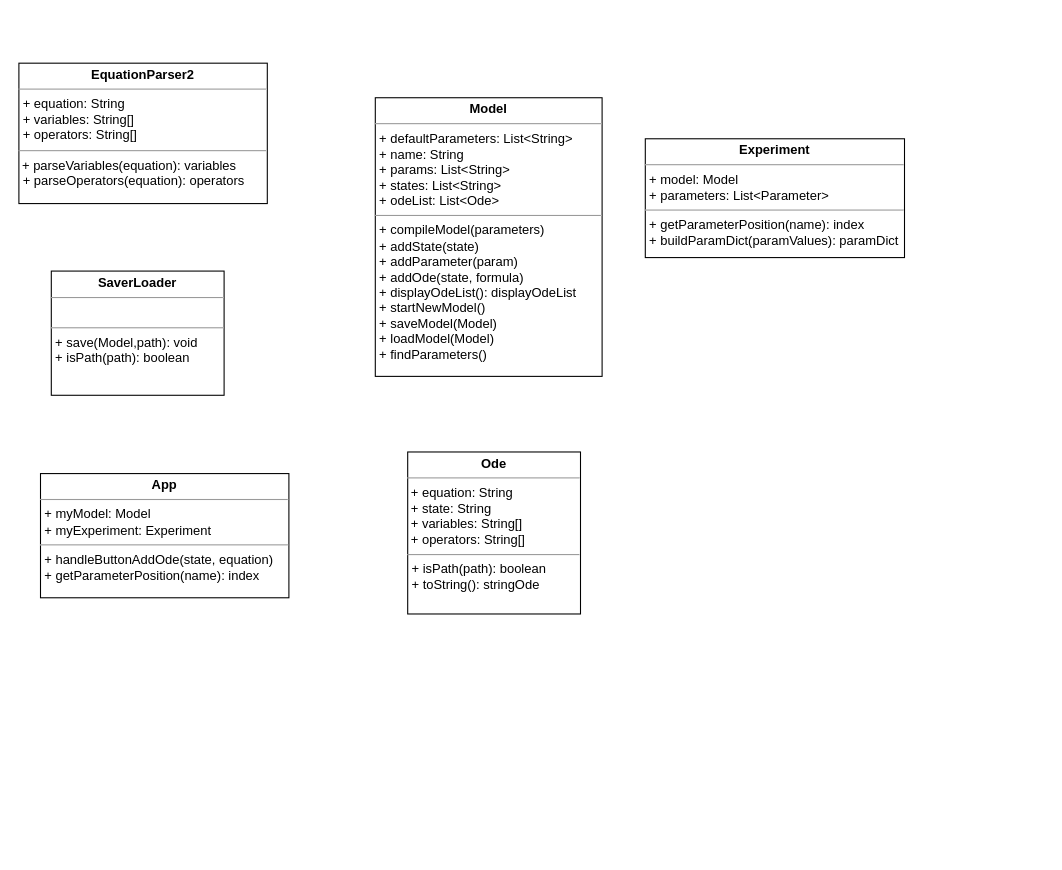
This is docs/Class_Diagram.drawio from danielambrosius/SMARTV2, a draw.io file, before an edit. Source tidied: cells renumbered, new cells numbered last; positions are measured from the earlier drawing's top-left corner, leaving out a move shared by most shapes. Both pictures are drawn from the tidied source at 108%, with x=0, y=0 at pixel (18, 63).
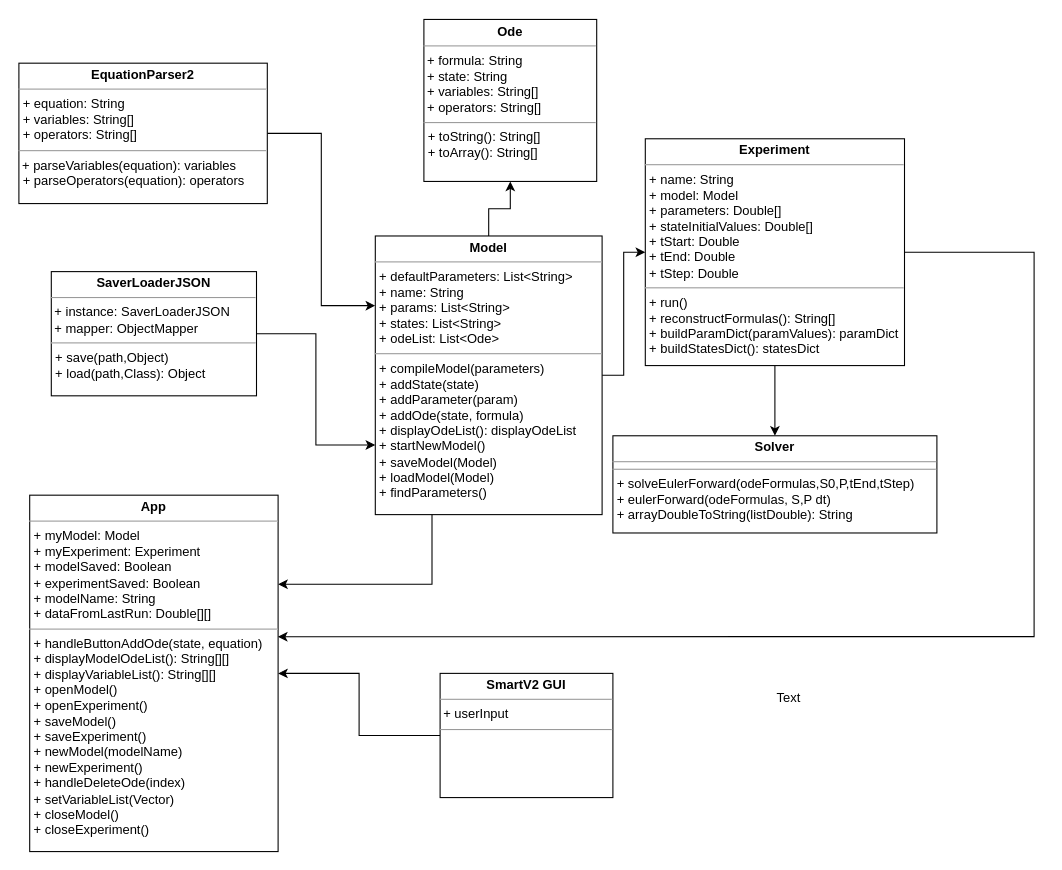
Above is the later version.

Commit message:
SB: Updated Class Diagram

Unchanged cells that the change refers to:
```xml
<mxCell id="2" value="&lt;p style=&quot;margin: 0px ; margin-top: 4px ; text-align: center&quot;&gt;&lt;b&gt;EquationParser2&lt;br&gt;&lt;/b&gt;&lt;/p&gt;&lt;hr size=&quot;1&quot;&gt;&lt;p style=&quot;margin: 0px ; margin-left: 4px&quot;&gt;+ equation: String&lt;/p&gt;&lt;p style=&quot;margin: 0px ; margin-left: 4px&quot;&gt;+ variables: String[]&lt;/p&gt;&lt;p style=&quot;margin: 0px ; margin-left: 4px&quot;&gt;+ operators: String[]&lt;br&gt;&lt;/p&gt;&lt;hr size=&quot;1&quot;&gt;&lt;div&gt;&amp;nbsp;+ parseVariables(equation): variables&lt;/div&gt;&lt;p style=&quot;margin: 0px ; margin-left: 4px&quot;&gt;+ parseOperators(equation): operators&lt;/p&gt;&lt;p style=&quot;margin: 0px ; margin-left: 4px&quot;&gt;&lt;br&gt;&lt;/p&gt;&lt;p style=&quot;margin: 0px ; margin-left: 4px&quot;&gt;&lt;br&gt;&lt;/p&gt;" style="verticalAlign=top;align=left;overflow=fill;fontSize=12;fontFamily=Helvetica;html=1;" parent="1" vertex="1">
  <mxGeometry width="230" height="130" as="geometry" />
</mxCell>
```

What changed in the source:
```diff
@@
+    <mxCell id="8" style="edgeStyle=orthogonalEdgeStyle;rounded=0;jettySize=auto;html=1;exitX=1;exitY=0.5;exitDx=0;exitDy=0;entryX=0;entryY=0.25;entryDx=0;entryDy=0;" parent="1" edge="1" source="2" target="3">
+      <mxGeometry relative="1" as="geometry" />
+    </mxCell>
@@
+    <mxCell id="9" style="edgeStyle=orthogonalEdgeStyle;rounded=0;jettySize=auto;html=1;" parent="1" edge="1" source="3" target="6">
+      <mxGeometry relative="1" as="geometry" />
+    </mxCell>
+    <mxCell id="10" style="edgeStyle=orthogonalEdgeStyle;rounded=0;jettySize=auto;html=1;" parent="1" edge="1" source="3" target="4">
+      <mxGeometry relative="1" as="geometry" />
+    </mxCell>
+    <mxCell id="11" style="edgeStyle=orthogonalEdgeStyle;rounded=0;jettySize=auto;html=1;exitX=0.25;exitY=1;exitDx=0;exitDy=0;entryX=1;entryY=0.25;entryDx=0;entryDy=0;" parent="1" edge="1" source="3" target="7">
+      <mxGeometry relative="1" as="geometry" />
+    </mxCell>
     <mxCell id="3" value="&lt;p style=&quot;margin: 0px ; margin-top: 4px ; text-align: center&quot;&gt;&lt;b&gt;Model&lt;/b&gt;&lt;/p&gt;&lt;hr size=&quot;1&quot;&gt;&lt;p style=&quot;margin: 0px ; margin-left: 4px&quot;&gt;+ defaultParameters: List&amp;lt;String&amp;gt;&lt;/p&gt;&lt;p style=&quot;margin: 0px ; margin-left: 4px&quot;&gt;+ name: String&lt;/p&gt;&lt;p style=&quot;margin: 0px ; margin-left: 4px&quot;&gt;+ params: List&amp;lt;String&amp;gt;&lt;/p&gt;&lt;p style=&quot;margin: 0px ; margin-left: 4px&quot;&gt;+ states: List&amp;lt;String&amp;gt;&lt;br&gt;&lt;/p&gt;&lt;p style=&quot;margin: 0px ; margin-left: 4px&quot;&gt;+ odeList: List&amp;lt;Ode&amp;gt;&lt;br&gt;&lt;/p&gt;&lt;hr size=&quot;1&quot;&gt;&lt;p style=&quot;margin: 0px ; margin-left: 4px&quot;&gt;+ compileModel(parameters)&lt;/p&gt;&lt;p style=&quot;margin: 0px ; margin-left: 4px&quot;&gt;+ addState(state)&lt;/p&gt;&lt;p style=&quot;margin: 0px ; margin-left: 4px&quot;&gt;+ addParameter(param)&lt;br&gt;&lt;/p&gt;&lt;p style=&quot;margin: 0px ; margin-left: 4px&quot;&gt;+ addOde(state, formula)&lt;br&gt;&lt;/p&gt;&lt;p style=&quot;margin: 0px ; margin-left: 4px&quot;&gt;+ displayOdeList(): displayOdeList&lt;br&gt;&lt;/p&gt;&lt;p style=&quot;margin: 0px ; margin-left: 4px&quot;&gt;+ startNewModel()&lt;br&gt;&lt;/p&gt;&lt;p style=&quot;margin: 0px ; margin-left: 4px&quot;&gt;+ saveModel(Model)&lt;/p&gt;&lt;p style=&quot;margin: 0px ; margin-left: 4px&quot;&gt;+ loadModel(Model)&lt;/p&gt;&lt;p style=&quot;margin: 0px ; margin-left: 4px&quot;&gt;+ findParameters()&lt;br&gt;&lt;/p&gt;" style="verticalAlign=top;align=left;overflow=fill;fontSize=12;fontFamily=Helvetica;html=1;" parent="1" vertex="1">
-      <mxGeometry x="330" y="32" width="210" height="258" as="geometry" />
+      <mxGeometry x="330" y="160" width="210" height="258" as="geometry" />
     </mxCell>
+    <mxCell id="12" style="edgeStyle=orthogonalEdgeStyle;rounded=0;jettySize=auto;html=1;" parent="1" edge="1" source="4" target="15">
+      <mxGeometry relative="1" as="geometry" />
+    </mxCell>
+    <mxCell id="13" style="edgeStyle=orthogonalEdgeStyle;rounded=0;jettySize=auto;html=1;entryX=0.999;entryY=0.397;entryDx=0;entryDy=0;entryPerimeter=0;" parent="1" edge="1" source="4" target="7">
+      <mxGeometry relative="1" as="geometry">
+        <Array as="points">
+          <mxPoint x="940" y="175" />
+          <mxPoint x="940" y="531" />
+        </Array>
+      </mxGeometry>
+    </mxCell>
-    <mxCell id="4" value="&lt;p style=&quot;margin: 0px ; margin-top: 4px ; text-align: center&quot;&gt;&lt;b&gt;Experiment&lt;/b&gt;&lt;/p&gt;&lt;hr size=&quot;1&quot;&gt;&lt;p style=&quot;margin: 0px ; margin-left: 4px&quot;&gt;+ model: Model&lt;br&gt;&lt;/p&gt;&lt;p style=&quot;margin: 0px ; margin-left: 4px&quot;&gt;+ parameters: List&amp;lt;Parameter&amp;gt;&lt;br&gt;&lt;/p&gt;&lt;hr size=&quot;1&quot;&gt;&lt;p style=&quot;margin: 0px ; margin-left: 4px&quot;&gt;+ getParameterPosition(name): index&lt;/p&gt;&lt;p style=&quot;margin: 0px ; margin-left: 4px&quot;&gt;+ buildParamDict(paramValues): paramDict&lt;/p&gt;&lt;p style=&quot;margin: 0px ; margin-left: 4px&quot;&gt;&lt;br&gt;&lt;/p&gt;" style="verticalAlign=top;align=left;overflow=fill;fontSize=12;fontFamily=Helvetica;html=1;" parent="1" vertex="1">
-      <mxGeometry x="580" y="70" width="240" height="110" as="geometry" />
+    <mxCell id="4" value="&lt;p style=&quot;margin: 0px ; margin-top: 4px ; text-align: center&quot;&gt;&lt;b&gt;Experiment&lt;/b&gt;&lt;/p&gt;&lt;hr size=&quot;1&quot;&gt;&lt;p style=&quot;margin: 0px ; margin-left: 4px&quot;&gt;+ name: String&lt;br&gt;&lt;/p&gt;&lt;p style=&quot;margin: 0px ; margin-left: 4px&quot;&gt;+ model: Model&lt;br&gt;&lt;/p&gt;&lt;p style=&quot;margin: 0px ; margin-left: 4px&quot;&gt;+ parameters: Double[]&lt;/p&gt;&lt;p style=&quot;margin: 0px ; margin-left: 4px&quot;&gt;+ stateInitialValues: Double[]&lt;/p&gt;&lt;p style=&quot;margin: 0px ; margin-left: 4px&quot;&gt;+ tStart: Double&lt;/p&gt;&lt;p style=&quot;margin: 0px ; margin-left: 4px&quot;&gt;+ tEnd: Double&lt;/p&gt;&lt;p style=&quot;margin: 0px ; margin-left: 4px&quot;&gt;+ tStep: Double&lt;br&gt;&lt;/p&gt;&lt;hr size=&quot;1&quot;&gt;&lt;p style=&quot;margin: 0px ; margin-left: 4px&quot;&gt;+ run()&lt;/p&gt;&lt;p style=&quot;margin: 0px ; margin-left: 4px&quot;&gt;+ reconstructFormulas(): String[]&lt;br&gt;&lt;/p&gt;&lt;p style=&quot;margin: 0px ; margin-left: 4px&quot;&gt;+ buildParamDict(paramValues): paramDict&lt;/p&gt;&lt;p style=&quot;margin: 0px ; margin-left: 4px&quot;&gt;+ buildStatesDict(): statesDict&lt;br&gt;&lt;/p&gt;&lt;p style=&quot;margin: 0px ; margin-left: 4px&quot;&gt;&lt;br&gt;&lt;/p&gt;" style="verticalAlign=top;align=left;overflow=fill;fontSize=12;fontFamily=Helvetica;html=1;" parent="1" vertex="1">
+      <mxGeometry x="580" y="70" width="240" height="210" as="geometry" />
     </mxCell>
+    <mxCell id="14" style="edgeStyle=orthogonalEdgeStyle;rounded=0;jettySize=auto;html=1;entryX=0;entryY=0.75;entryDx=0;entryDy=0;" parent="1" edge="1" source="5" target="3">
+      <mxGeometry relative="1" as="geometry" />
+    </mxCell>
-    <mxCell id="5" value="&lt;p style=&quot;margin: 0px ; margin-top: 4px ; text-align: center&quot;&gt;&lt;b&gt;SaverLoader&lt;/b&gt;&lt;/p&gt;&lt;hr size=&quot;1&quot;&gt;&lt;br&gt;&lt;hr size=&quot;1&quot;&gt;&lt;p style=&quot;margin: 0px ; margin-left: 4px&quot;&gt;+ save(Model,path): void&lt;/p&gt;&lt;p style=&quot;margin: 0px ; margin-left: 4px&quot;&gt;+ isPath(path): boolean&lt;br&gt;&lt;/p&gt;" style="verticalAlign=top;align=left;overflow=fill;fontSize=12;fontFamily=Helvetica;html=1;" parent="1" vertex="1">
-      <mxGeometry x="30" y="192.5" width="160" height="115" as="geometry" />
+    <mxCell id="5" value="&lt;p style=&quot;margin: 0px ; margin-top: 4px ; text-align: center&quot;&gt;&lt;b&gt;SaverLoaderJSON&lt;/b&gt;&lt;/p&gt;&lt;hr size=&quot;1&quot;&gt;&lt;div&gt;&amp;nbsp;+ instance: SaverLoaderJSON&lt;/div&gt;&lt;div&gt;&amp;nbsp;+ mapper: ObjectMapper&lt;br&gt;&lt;/div&gt;&lt;hr size=&quot;1&quot;&gt;&lt;p style=&quot;margin: 0px ; margin-left: 4px&quot;&gt;+ save(path,Object)&lt;br&gt;&lt;/p&gt;&lt;p style=&quot;margin: 0px ; margin-left: 4px&quot;&gt;+ load(path,Class): Object&lt;br&gt;&lt;/p&gt;" style="verticalAlign=top;align=left;overflow=fill;fontSize=12;fontFamily=Helvetica;html=1;" parent="1" vertex="1">
+      <mxGeometry x="30" y="193" width="190" height="115" as="geometry" />
     </mxCell>
-    <mxCell id="6" value="&lt;p style=&quot;margin: 0px ; margin-top: 4px ; text-align: center&quot;&gt;&lt;b&gt;Ode&lt;/b&gt;&lt;/p&gt;&lt;hr size=&quot;1&quot;&gt;&lt;div&gt;&amp;nbsp;+ equation: String&lt;br&gt;&lt;/div&gt;&lt;div&gt;&amp;nbsp;+ state: String&lt;br&gt;&lt;/div&gt;&lt;div&gt;&amp;nbsp;+ variables: String[]&lt;br&gt;&lt;/div&gt;&lt;div&gt;&amp;nbsp;+ operators: String[]&lt;br&gt;&lt;/div&gt;&lt;hr size=&quot;1&quot;&gt;&lt;p style=&quot;margin: 0px ; margin-left: 4px&quot;&gt;+ isPath(path): boolean&lt;/p&gt;&lt;p style=&quot;margin: 0px ; margin-left: 4px&quot;&gt;+ toString(): stringOde&lt;br&gt;&lt;/p&gt;&lt;p style=&quot;margin: 0px ; margin-left: 4px&quot;&gt;&lt;br&gt;&lt;/p&gt;" style="verticalAlign=top;align=left;overflow=fill;fontSize=12;fontFamily=Helvetica;html=1;" parent="1" vertex="1">
-      <mxGeometry x="360" y="360" width="160" height="150" as="geometry" />
+    <mxCell id="6" value="&lt;p style=&quot;margin: 0px ; margin-top: 4px ; text-align: center&quot;&gt;&lt;b&gt;Ode&lt;/b&gt;&lt;/p&gt;&lt;hr size=&quot;1&quot;&gt;&lt;div&gt;&amp;nbsp;+ formula: String&lt;br&gt;&lt;/div&gt;&lt;div&gt;&amp;nbsp;+ state: String&lt;br&gt;&lt;/div&gt;&lt;div&gt;&amp;nbsp;+ variables: String[]&lt;br&gt;&lt;/div&gt;&lt;div&gt;&amp;nbsp;+ operators: String[]&lt;br&gt;&lt;/div&gt;&lt;hr size=&quot;1&quot;&gt;&lt;p style=&quot;margin: 0px ; margin-left: 4px&quot;&gt;+ toString(): String[]&lt;br&gt;&lt;/p&gt;&lt;p style=&quot;margin: 0px ; margin-left: 4px&quot;&gt;+ toArray(): String[]&lt;br&gt;&lt;/p&gt;" style="verticalAlign=top;align=left;overflow=fill;fontSize=12;fontFamily=Helvetica;html=1;" parent="1" vertex="1">
+      <mxGeometry x="375" y="-40.5" width="160" height="150" as="geometry" />
     </mxCell>
-    <mxCell id="7" value="&lt;p style=&quot;margin: 0px ; margin-top: 4px ; text-align: center&quot;&gt;&lt;b&gt;App&lt;/b&gt;&lt;br&gt;&lt;/p&gt;&lt;hr size=&quot;1&quot;&gt;&lt;p style=&quot;margin: 0px ; margin-left: 4px&quot;&gt;+ myModel: Model&lt;br&gt;&lt;/p&gt;&lt;p style=&quot;margin: 0px ; margin-left: 4px&quot;&gt;+ myExperiment: Experiment&lt;br&gt;&lt;/p&gt;&lt;hr size=&quot;1&quot;&gt;&lt;p style=&quot;margin: 0px ; margin-left: 4px&quot;&gt;+ handleButtonAddOde(state, equation)&lt;/p&gt;&lt;p style=&quot;margin: 0px ; margin-left: 4px&quot;&gt;+ getParameterPosition(name): index&lt;br&gt;&lt;/p&gt;" style="verticalAlign=top;align=left;overflow=fill;fontSize=12;fontFamily=Helvetica;html=1;" parent="1" vertex="1">
-      <mxGeometry x="20" y="380" width="230" height="115" as="geometry" />
+    <mxCell id="7" value="&lt;p style=&quot;margin: 0px ; margin-top: 4px ; text-align: center&quot;&gt;&lt;b&gt;App&lt;/b&gt;&lt;br&gt;&lt;/p&gt;&lt;hr size=&quot;1&quot;&gt;&lt;p style=&quot;margin: 0px ; margin-left: 4px&quot;&gt;+ myModel: Model&lt;br&gt;&lt;/p&gt;&lt;p style=&quot;margin: 0px ; margin-left: 4px&quot;&gt;+ myExperiment: Experiment&lt;/p&gt;&lt;p style=&quot;margin: 0px ; margin-left: 4px&quot;&gt;+ modelSaved: Boolean&lt;/p&gt;&lt;p style=&quot;margin: 0px ; margin-left: 4px&quot;&gt;+ experimentSaved: Boolean&lt;/p&gt;&lt;p style=&quot;margin: 0px ; margin-left: 4px&quot;&gt;+ modelName: String&lt;/p&gt;&lt;p style=&quot;margin: 0px ; margin-left: 4px&quot;&gt;+ dataFromLastRun: Double[][]&lt;/p&gt;&lt;hr size=&quot;1&quot;&gt;&lt;p style=&quot;margin: 0px ; margin-left: 4px&quot;&gt;+ handleButtonAddOde(state, equation)&lt;/p&gt;&lt;p style=&quot;margin: 0px ; margin-left: 4px&quot;&gt;+ displayModelOdeList(): String[][]&lt;br&gt;&lt;/p&gt;&lt;p style=&quot;margin: 0px ; margin-left: 4px&quot;&gt;+ displayVariableList(): String[][]&lt;/p&gt;&lt;p style=&quot;margin: 0px ; margin-left: 4px&quot;&gt;+ openModel()&lt;br&gt;&lt;/p&gt;&lt;p style=&quot;margin: 0px ; margin-left: 4px&quot;&gt;+ openExperiment()&lt;/p&gt;&lt;p style=&quot;margin: 0px ; margin-left: 4px&quot;&gt;+ saveModel()&lt;/p&gt;&lt;p style=&quot;margin: 0px ; margin-left: 4px&quot;&gt;+ saveExperiment()&lt;/p&gt;&lt;p style=&quot;margin: 0px ; margin-left: 4px&quot;&gt;+ newModel(modelName)&lt;/p&gt;&lt;p style=&quot;margin: 0px ; margin-left: 4px&quot;&gt;+ newExperiment()&lt;/p&gt;&lt;p style=&quot;margin: 0px ; margin-left: 4px&quot;&gt;+ handleDeleteOde(index)&lt;/p&gt;&lt;p style=&quot;margin: 0px ; margin-left: 4px&quot;&gt;+ setVariableList(Vector)&lt;/p&gt;&lt;p style=&quot;margin: 0px ; margin-left: 4px&quot;&gt;+ closeModel()&lt;/p&gt;&lt;p style=&quot;margin: 0px ; margin-left: 4px&quot;&gt;+ closeExperiment()&lt;br&gt;&lt;/p&gt;&lt;p style=&quot;margin: 0px ; margin-left: 4px&quot;&gt;&lt;br&gt;&lt;/p&gt;" style="verticalAlign=top;align=left;overflow=fill;fontSize=12;fontFamily=Helvetica;html=1;" parent="1" vertex="1">
+      <mxGeometry x="10" y="400" width="230" height="330" as="geometry" />
     </mxCell>
+    <mxCell id="15" value="&lt;p style=&quot;margin: 0px ; margin-top: 4px ; text-align: center&quot;&gt;&lt;b&gt;Solver&lt;/b&gt;&lt;/p&gt;&lt;hr size=&quot;1&quot;&gt;&lt;hr size=&quot;1&quot;&gt;&lt;p style=&quot;margin: 0px ; margin-left: 4px&quot;&gt;+ solveEulerForward(odeFormulas,S0,P,tEnd,tStep)&lt;/p&gt;&lt;p style=&quot;margin: 0px ; margin-left: 4px&quot;&gt;+ eulerForward(odeFormulas, S,P dt)&lt;/p&gt;&lt;p style=&quot;margin: 0px ; margin-left: 4px&quot;&gt;+ arrayDoubleToString(listDouble): String&lt;br&gt;&lt;/p&gt;&lt;p style=&quot;margin: 0px ; margin-left: 4px&quot;&gt;&lt;br&gt;&lt;/p&gt;" style="verticalAlign=top;align=left;overflow=fill;fontSize=12;fontFamily=Helvetica;html=1;" parent="1" vertex="1">
+      <mxGeometry x="550" y="345" width="300" height="90" as="geometry" />
+    </mxCell>
+    <mxCell id="16" style="edgeStyle=orthogonalEdgeStyle;rounded=0;jettySize=auto;html=1;" parent="1" edge="1" source="17" target="7">
+      <mxGeometry relative="1" as="geometry" />
+    </mxCell>
+    <mxCell id="17" value="&lt;p style=&quot;margin: 0px ; margin-top: 4px ; text-align: center&quot;&gt;&lt;b&gt;SmartV2 GUI&lt;br&gt;&lt;/b&gt;&lt;/p&gt;&lt;hr size=&quot;1&quot;&gt;&amp;nbsp;+ userInput&lt;br&gt;&lt;hr size=&quot;1&quot;&gt;" style="verticalAlign=top;align=left;overflow=fill;fontSize=12;fontFamily=Helvetica;html=1;" parent="1" vertex="1">
+      <mxGeometry x="390" y="565" width="160" height="115" as="geometry" />
+    </mxCell>
+    <mxCell id="18" value="Text" style="text;html=1;align=left;verticalAlign=top;spacingTop=-4;" parent="1" vertex="1">
+      <mxGeometry x="700" y="578" width="40" height="20" as="geometry" />
+    </mxCell>
```
